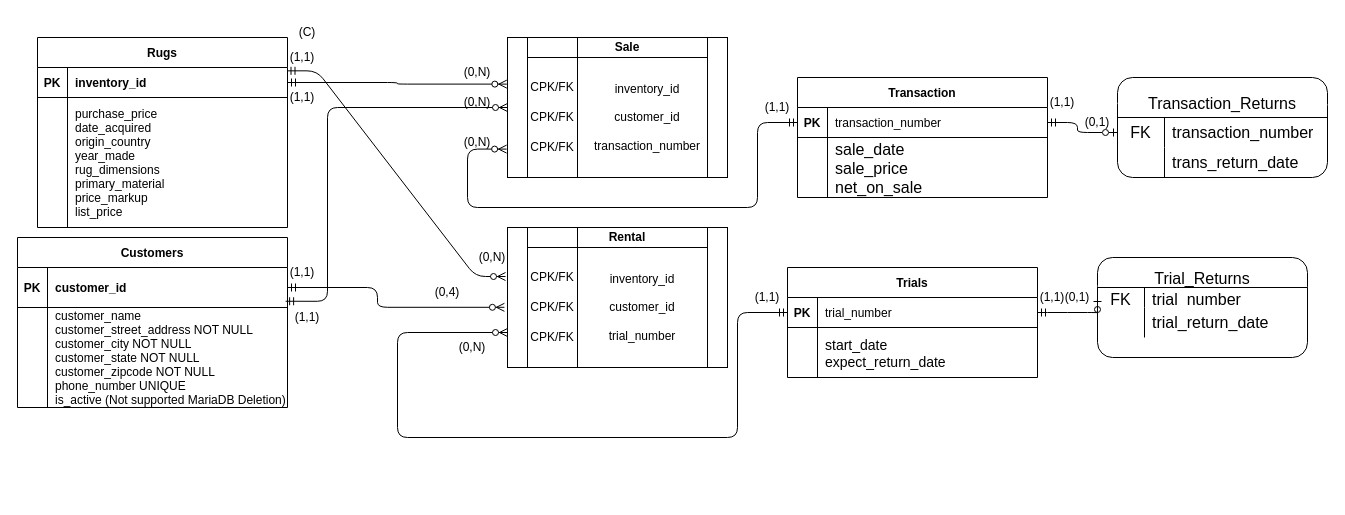
The draw.io diagram Lab04.drawio in m0dileClements/mOdileClements, before the edit. Source tidied: cells renumbered, new cells numbered last; positions are measured from the earlier drawing's top-left corner, leaving out a move shared by most shapes. Both pictures are drawn from the tidied source at 100%, with x=0, y=0 at pixel (17, 17).
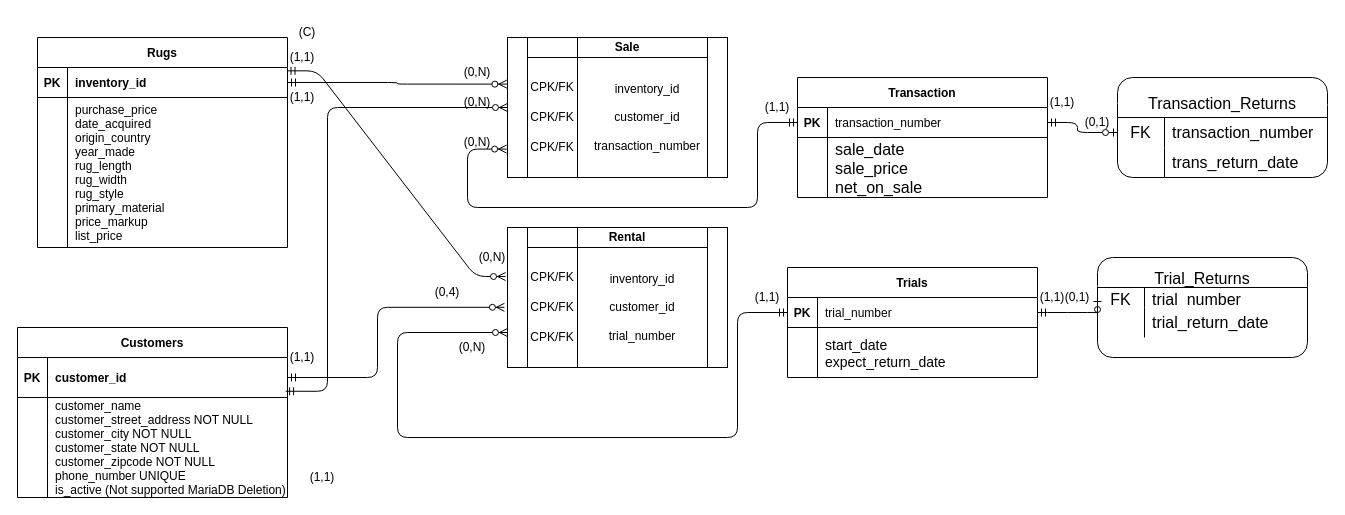
After the change.

The change refers to these unchanged cells:
```xml
<mxCell id="4" style="shape=partialRectangle;fillColor=none;points=[[0,0.5],[1,0.5]];portConstraint=eastwest;top=0;left=0;right=0;bottom=1;" parent="3" vertex="1">
  <mxGeometry y="30" width="270" height="40" as="geometry" />
</mxCell>
<mxCell id="25" style="shape=process;whiteSpace=wrap;html=1;backgroundOutline=1;fillStyle=solid;" parent="24" vertex="1">
  <mxGeometry width="220" height="140" as="geometry" />
</mxCell>
<mxCell id="61" style="shape=process;whiteSpace=wrap;html=1;backgroundOutline=1;fillStyle=solid;" parent="60" vertex="1">
  <mxGeometry width="220" height="140" as="geometry" />
</mxCell>
```

Change to the diagram source:
```diff
@@
     <mxCell id="3" value="Customers" style="shape=table;startSize=30;childLayout=tableLayout;rowLines=0;fontStyle=1;align=center;" parent="1" vertex="1">
-      <mxGeometry y="220" width="270" height="170" as="geometry" />
+      <mxGeometry y="310" width="270" height="170" as="geometry" />
     </mxCell>
@@
     <mxCell id="17" value="Rugs" style="shape=table;startSize=30;childLayout=tableLayout;rowLines=0;fontStyle=1;align=center;" parent="1" vertex="1">
-      <mxGeometry x="20" y="20" width="250" height="190" as="geometry" />
+      <mxGeometry x="20" y="20" width="250" height="210" as="geometry" />
     </mxCell>
@@
     <mxCell id="21" style="shape=partialRectangle;fillColor=none;top=0;left=0;right=0;bottom=0;" parent="17" vertex="1">
-      <mxGeometry y="60" width="250" height="130" as="geometry" />
+      <mxGeometry y="60" width="250" height="150" as="geometry" />
     </mxCell>
     <mxCell id="22" style="shape=partialRectangle;overflow=hidden;fillColor=none;top=0;left=0;bottom=0;right=0;" parent="21" vertex="1">
-      <mxGeometry width="30" height="130" as="geometry" />
+      <mxGeometry width="30" height="150" as="geometry" />
     </mxCell>
-    <mxCell id="23" value="purchase_price&#10;date_acquired&#10;origin_country&#10;year_made&#10;rug_dimensions&#10;primary_material&#10;price_markup&#10;list_price" style="shape=partialRectangle;overflow=hidden;fillColor=none;top=0;left=0;bottom=0;right=0;align=left;spacingLeft=6;" parent="21" vertex="1">
-      <mxGeometry x="30" width="220" height="130" as="geometry" />
+    <mxCell id="23" value="purchase_price&#10;date_acquired&#10;origin_country&#10;year_made&#10;rug_length&#10;rug_width&#10;rug_style&#10;primary_material&#10;price_markup&#10;list_price" style="shape=partialRectangle;overflow=hidden;fillColor=none;top=0;left=0;bottom=0;right=0;align=left;spacingLeft=6;" parent="21" vertex="1">
+      <mxGeometry x="30" width="220" height="150" as="geometry" />
     </mxCell>
@@
     <mxCell id="32" style="edgeStyle=orthogonalEdgeStyle;endArrow=ERzeroToMany;startArrow=ERmandOne;endFill=1;startFill=0;entryX=-0.014;entryY=0.57;entryDx=0;entryDy=0;exitX=1;exitY=0.5;exitDx=0;exitDy=0;entryPerimeter=0;" parent="1" edge="1" source="4" target="25">
       <mxGeometry relative="1" as="geometry">
         <Array as="points">
-          <mxPoint x="360" y="270" />
+          <mxPoint x="360" y="360" />
           <mxPoint x="360" y="290" />
         </Array>
       </mxGeometry>
     </mxCell>
@@
     <mxCell id="58" style="edgeStyle=orthogonalEdgeStyle;endArrow=ERzeroToMany;startArrow=ERmandOne;endFill=1;startFill=0;entryX=0;entryY=0.5;entryDx=0;entryDy=0;exitX=0.993;exitY=0.844;exitDx=0;exitDy=0;exitPerimeter=0;" parent="1" edge="1" source="4" target="61">
       <mxGeometry relative="1" as="geometry">
         <Array as="points">
-          <mxPoint x="310" y="284" />
+          <mxPoint x="310" y="374" />
           <mxPoint x="310" y="90" />
         </Array>
       </mxGeometry>
     </mxCell>
@@
     <mxCell id="83" value="(1,1)" style="text;html=1;strokeColor=none;fillColor=none;align=center;verticalAlign=middle;whiteSpace=wrap;rounded=0;" parent="1" vertex="1">
-      <mxGeometry x="270" y="245" width="30" height="20" as="geometry" />
+      <mxGeometry x="270" y="330" width="30" height="20" as="geometry" />
     </mxCell>
     <mxCell id="84" value="(1,1)" style="text;html=1;strokeColor=none;fillColor=none;align=center;verticalAlign=middle;whiteSpace=wrap;rounded=0;" parent="1" vertex="1">
-      <mxGeometry x="275" y="290" width="30" height="20" as="geometry" />
+      <mxGeometry x="290" y="450" width="30" height="20" as="geometry" />
     </mxCell>
```
